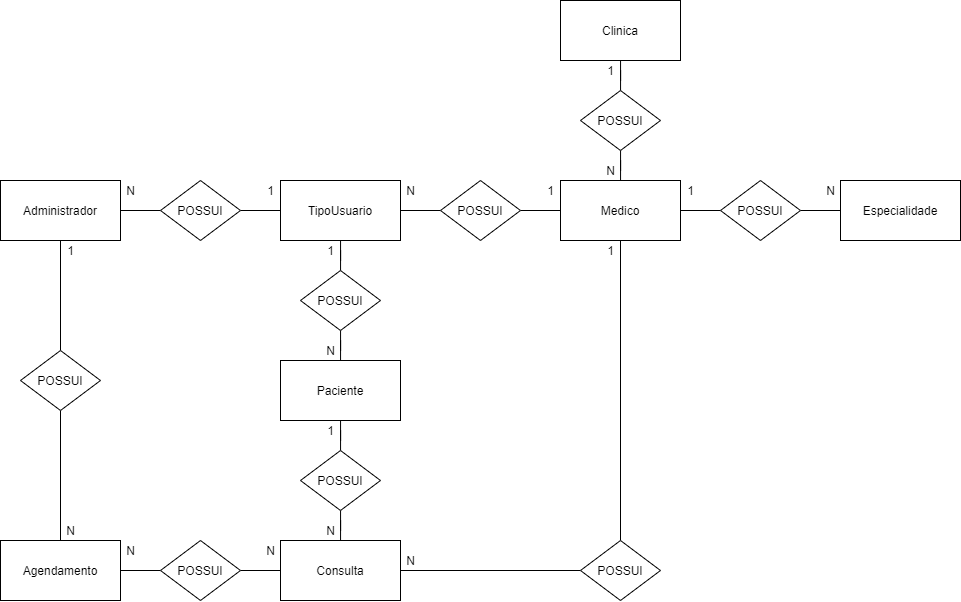
This is Modelagem/Sp Medical Group-Conceitual.png from Jurandir-Junior/senai_spmedgroup_sprint1_bd_manha_JurandirJunior, a draw.io export, as it was before one commit. Source tidied: cells renumbered, new cells last; positions are measured from the earlier drawing's top-left corner, leaving out a move shared by most shapes. Source of this version:
```xml
<mxGraphModel>
  <root>
    <mxCell id="0" />
    <mxCell id="1" parent="0" />
    <mxCell id="2" style="edgeStyle=orthogonalEdgeStyle;rounded=0;jettySize=auto;html=1;endArrow=none;endFill=0;" parent="1" edge="1" source="4" target="25">
      <mxGeometry relative="1" as="geometry" />
    </mxCell>
    <mxCell id="3" style="edgeStyle=orthogonalEdgeStyle;rounded=0;jettySize=auto;html=1;endArrow=none;endFill=0;" parent="1" edge="1" source="4" target="26">
      <mxGeometry relative="1" as="geometry" />
    </mxCell>
    <mxCell id="4" value="TipoUsuario" style="rounded=0;whiteSpace=wrap;html=1;" parent="1" vertex="1">
      <mxGeometry x="280" y="180" width="120" height="60" as="geometry" />
    </mxCell>
    <mxCell id="5" style="edgeStyle=orthogonalEdgeStyle;rounded=0;jettySize=auto;html=1;endArrow=none;endFill=0;" parent="1" edge="1" source="7" target="23">
      <mxGeometry relative="1" as="geometry" />
    </mxCell>
    <mxCell id="6" style="edgeStyle=orthogonalEdgeStyle;rounded=0;jettySize=auto;html=1;endArrow=none;endFill=0;" parent="1" edge="1" source="7" target="52">
      <mxGeometry relative="1" as="geometry" />
    </mxCell>
    <mxCell id="7" value="Medico" style="rounded=0;whiteSpace=wrap;html=1;" parent="1" vertex="1">
      <mxGeometry x="560" y="180" width="120" height="60" as="geometry" />
    </mxCell>
    <mxCell id="8" value="Especialidade" style="rounded=0;whiteSpace=wrap;html=1;" parent="1" vertex="1">
      <mxGeometry x="840" y="180" width="120" height="60" as="geometry" />
    </mxCell>
    <mxCell id="9" style="edgeStyle=orthogonalEdgeStyle;rounded=0;jettySize=auto;html=1;endArrow=none;endFill=0;" parent="1" edge="1" source="11" target="26">
      <mxGeometry relative="1" as="geometry" />
    </mxCell>
    <mxCell id="10" style="edgeStyle=orthogonalEdgeStyle;rounded=0;jettySize=auto;html=1;endArrow=none;endFill=0;" parent="1" edge="1" source="11" target="34">
      <mxGeometry relative="1" as="geometry" />
    </mxCell>
    <mxCell id="11" value="Paciente" style="rounded=0;whiteSpace=wrap;html=1;" parent="1" vertex="1">
      <mxGeometry x="280" y="360" width="120" height="60" as="geometry" />
    </mxCell>
    <mxCell id="12" style="edgeStyle=orthogonalEdgeStyle;rounded=0;jettySize=auto;html=1;endArrow=none;endFill=0;" parent="1" edge="1" source="13" target="28">
      <mxGeometry relative="1" as="geometry" />
    </mxCell>
    <mxCell id="13" value="Administrador" style="rounded=0;whiteSpace=wrap;html=1;" parent="1" vertex="1">
      <mxGeometry y="180" width="120" height="60" as="geometry" />
    </mxCell>
    <mxCell id="14" style="edgeStyle=orthogonalEdgeStyle;rounded=0;jettySize=auto;html=1;endArrow=none;endFill=0;" parent="1" edge="1" source="15" target="32">
      <mxGeometry relative="1" as="geometry" />
    </mxCell>
    <mxCell id="15" value="Consulta" style="rounded=0;whiteSpace=wrap;html=1;" parent="1" vertex="1">
      <mxGeometry x="280" y="540" width="120" height="60" as="geometry" />
    </mxCell>
    <mxCell id="16" style="edgeStyle=orthogonalEdgeStyle;rounded=0;jettySize=auto;html=1;endArrow=none;endFill=0;" parent="1" edge="1" source="17" target="30">
      <mxGeometry relative="1" as="geometry" />
    </mxCell>
    <mxCell id="17" value="Agendamento" style="rounded=0;whiteSpace=wrap;html=1;" parent="1" vertex="1">
      <mxGeometry y="540" width="120" height="60" as="geometry" />
    </mxCell>
    <mxCell id="18" style="edgeStyle=orthogonalEdgeStyle;rounded=0;jettySize=auto;html=1;endArrow=none;endFill=0;" parent="1" edge="1" source="19" target="21">
      <mxGeometry relative="1" as="geometry" />
    </mxCell>
    <mxCell id="19" value="Clinica" style="rounded=0;whiteSpace=wrap;html=1;" parent="1" vertex="1">
      <mxGeometry x="560" width="120" height="60" as="geometry" />
    </mxCell>
    <mxCell id="20" style="edgeStyle=orthogonalEdgeStyle;rounded=0;jettySize=auto;html=1;endArrow=none;endFill=0;" parent="1" edge="1" source="21" target="7">
      <mxGeometry relative="1" as="geometry" />
    </mxCell>
    <mxCell id="21" value="POSSUI" style="rhombus;whiteSpace=wrap;html=1;" parent="1" vertex="1">
      <mxGeometry x="580" y="90" width="80" height="60" as="geometry" />
    </mxCell>
    <mxCell id="22" style="edgeStyle=orthogonalEdgeStyle;rounded=0;jettySize=auto;html=1;endArrow=none;endFill=0;" parent="1" edge="1" source="23" target="4">
      <mxGeometry relative="1" as="geometry" />
    </mxCell>
    <mxCell id="23" value="POSSUI" style="rhombus;whiteSpace=wrap;html=1;" parent="1" vertex="1">
      <mxGeometry x="440" y="180" width="80" height="60" as="geometry" />
    </mxCell>
    <mxCell id="24" style="edgeStyle=orthogonalEdgeStyle;rounded=0;jettySize=auto;html=1;endArrow=none;endFill=0;" parent="1" edge="1" source="25" target="13">
      <mxGeometry relative="1" as="geometry" />
    </mxCell>
    <mxCell id="25" value="POSSUI" style="rhombus;whiteSpace=wrap;html=1;" parent="1" vertex="1">
      <mxGeometry x="160" y="180" width="80" height="60" as="geometry" />
    </mxCell>
    <mxCell id="26" value="POSSUI" style="rhombus;whiteSpace=wrap;html=1;" parent="1" vertex="1">
      <mxGeometry x="300" y="270" width="80" height="60" as="geometry" />
    </mxCell>
    <mxCell id="27" style="edgeStyle=orthogonalEdgeStyle;rounded=0;jettySize=auto;html=1;endArrow=none;endFill=0;" parent="1" edge="1" source="28" target="17">
      <mxGeometry relative="1" as="geometry" />
    </mxCell>
    <mxCell id="28" value="POSSUI" style="rhombus;whiteSpace=wrap;html=1;" parent="1" vertex="1">
      <mxGeometry x="20" y="350" width="80" height="60" as="geometry" />
    </mxCell>
    <mxCell id="29" style="edgeStyle=orthogonalEdgeStyle;rounded=0;jettySize=auto;html=1;endArrow=none;endFill=0;" parent="1" edge="1" source="30" target="15">
      <mxGeometry relative="1" as="geometry" />
    </mxCell>
    <mxCell id="30" value="POSSUI" style="rhombus;whiteSpace=wrap;html=1;" parent="1" vertex="1">
      <mxGeometry x="160" y="540" width="80" height="60" as="geometry" />
    </mxCell>
    <mxCell id="31" style="edgeStyle=orthogonalEdgeStyle;rounded=0;jettySize=auto;html=1;exitX=0.5;exitY=0;exitDx=0;exitDy=0;entryX=0.5;entryY=1;entryDx=0;entryDy=0;endArrow=none;endFill=0;" parent="1" edge="1" source="32" target="7">
      <mxGeometry relative="1" as="geometry" />
    </mxCell>
    <mxCell id="32" value="POSSUI" style="rhombus;whiteSpace=wrap;html=1;" parent="1" vertex="1">
      <mxGeometry x="580" y="540" width="80" height="60" as="geometry" />
    </mxCell>
    <mxCell id="33" style="edgeStyle=orthogonalEdgeStyle;rounded=0;jettySize=auto;html=1;endArrow=none;endFill=0;" parent="1" edge="1" source="34" target="15">
      <mxGeometry relative="1" as="geometry" />
    </mxCell>
    <mxCell id="34" value="POSSUI" style="rhombus;whiteSpace=wrap;html=1;" parent="1" vertex="1">
      <mxGeometry x="300" y="450" width="80" height="60" as="geometry" />
    </mxCell>
    <mxCell id="35" value="1" style="text;html=1;align=center;verticalAlign=middle;" parent="1" vertex="1">
      <mxGeometry x="600" y="60" width="20" height="20" as="geometry" />
    </mxCell>
    <mxCell id="36" value="N" style="text;html=1;align=center;verticalAlign=middle;" parent="1" vertex="1">
      <mxGeometry x="600" y="160" width="20" height="20" as="geometry" />
    </mxCell>
    <mxCell id="37" value="1" style="text;html=1;align=center;verticalAlign=middle;" parent="1" vertex="1">
      <mxGeometry x="540" y="180" width="20" height="20" as="geometry" />
    </mxCell>
    <mxCell id="38" value="N" style="text;html=1;align=center;verticalAlign=middle;" parent="1" vertex="1">
      <mxGeometry x="400" y="180" width="20" height="20" as="geometry" />
    </mxCell>
    <mxCell id="39" value="1" style="text;html=1;align=center;verticalAlign=middle;" parent="1" vertex="1">
      <mxGeometry x="260" y="180" width="20" height="20" as="geometry" />
    </mxCell>
    <mxCell id="40" value="N" style="text;html=1;align=center;verticalAlign=middle;" parent="1" vertex="1">
      <mxGeometry x="120" y="180" width="20" height="20" as="geometry" />
    </mxCell>
    <mxCell id="41" value="1" style="text;html=1;align=center;verticalAlign=middle;" parent="1" vertex="1">
      <mxGeometry x="320" y="240" width="20" height="20" as="geometry" />
    </mxCell>
    <mxCell id="42" value="N" style="text;html=1;align=center;verticalAlign=middle;" parent="1" vertex="1">
      <mxGeometry x="320" y="340" width="20" height="20" as="geometry" />
    </mxCell>
    <mxCell id="43" value="1" style="text;html=1;align=center;verticalAlign=middle;" parent="1" vertex="1">
      <mxGeometry x="60" y="240" width="20" height="20" as="geometry" />
    </mxCell>
    <mxCell id="44" value="N" style="text;html=1;align=center;verticalAlign=middle;" parent="1" vertex="1">
      <mxGeometry x="60" y="520" width="20" height="20" as="geometry" />
    </mxCell>
    <mxCell id="45" value="N" style="text;html=1;align=center;verticalAlign=middle;" parent="1" vertex="1">
      <mxGeometry x="120" y="540" width="20" height="20" as="geometry" />
    </mxCell>
    <mxCell id="46" value="N" style="text;html=1;align=center;verticalAlign=middle;" parent="1" vertex="1">
      <mxGeometry x="260" y="540" width="20" height="20" as="geometry" />
    </mxCell>
    <mxCell id="47" value="1" style="text;html=1;align=center;verticalAlign=middle;" parent="1" vertex="1">
      <mxGeometry x="320" y="420" width="20" height="20" as="geometry" />
    </mxCell>
    <mxCell id="48" value="N" style="text;html=1;align=center;verticalAlign=middle;" parent="1" vertex="1">
      <mxGeometry x="320" y="520" width="20" height="20" as="geometry" />
    </mxCell>
    <mxCell id="49" value="1" style="text;html=1;align=center;verticalAlign=middle;" parent="1" vertex="1">
      <mxGeometry x="600" y="240" width="20" height="20" as="geometry" />
    </mxCell>
    <mxCell id="50" value="N" style="text;html=1;align=center;verticalAlign=middle;" parent="1" vertex="1">
      <mxGeometry x="400" y="550" width="20" height="20" as="geometry" />
    </mxCell>
    <mxCell id="51" style="edgeStyle=orthogonalEdgeStyle;rounded=0;jettySize=auto;html=1;endArrow=none;endFill=0;" parent="1" edge="1" source="52" target="8">
      <mxGeometry relative="1" as="geometry" />
    </mxCell>
    <mxCell id="52" value="POSSUI" style="rhombus;whiteSpace=wrap;html=1;" parent="1" vertex="1">
      <mxGeometry x="720" y="180" width="80" height="60" as="geometry" />
    </mxCell>
    <mxCell id="53" value="N" style="text;html=1;align=center;verticalAlign=middle;" parent="1" vertex="1">
      <mxGeometry x="820" y="180" width="20" height="20" as="geometry" />
    </mxCell>
    <mxCell id="54" value="1" style="text;html=1;align=center;verticalAlign=middle;" parent="1" vertex="1">
      <mxGeometry x="680" y="180" width="20" height="20" as="geometry" />
    </mxCell>
  </root>
</mxGraphModel>
```
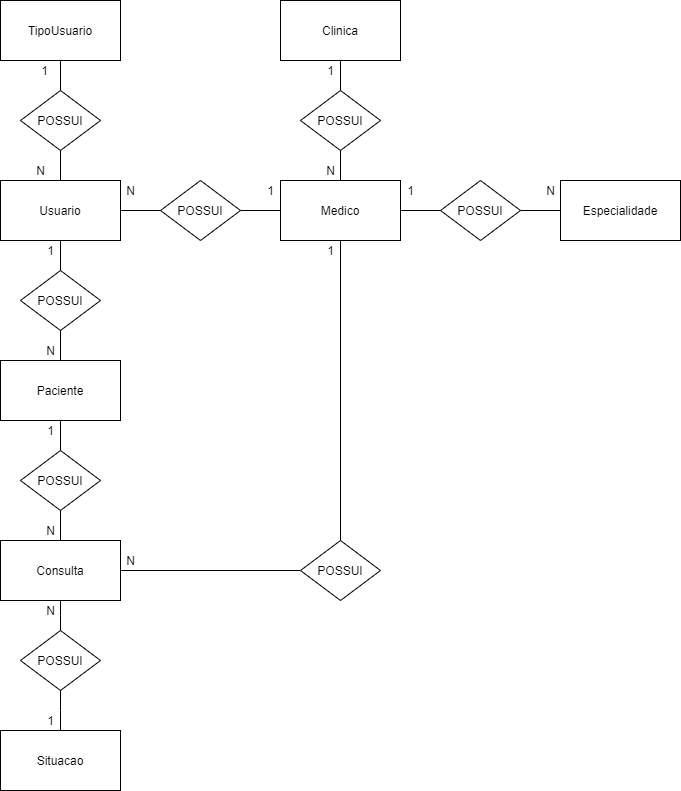
After the commit.

Commit message:
Ajustes para adiçao de entidade Usuario

Change to the diagram source:
```diff
@@ -2,13 +2,10 @@
   <root>
     <mxCell id="0" />
     <mxCell id="1" parent="0" />
-    <mxCell id="2" style="edgeStyle=orthogonalEdgeStyle;rounded=0;jettySize=auto;html=1;endArrow=none;endFill=0;" parent="1" edge="1" source="4" target="25">
-      <mxGeometry relative="1" as="geometry" />
-    </mxCell>
     <mxCell id="3" style="edgeStyle=orthogonalEdgeStyle;rounded=0;jettySize=auto;html=1;endArrow=none;endFill=0;" parent="1" edge="1" source="4" target="26">
       <mxGeometry relative="1" as="geometry" />
     </mxCell>
-    <mxCell id="4" value="TipoUsuario" style="rounded=0;whiteSpace=wrap;html=1;" parent="1" vertex="1">
+    <mxCell id="4" value="Usuario" style="rounded=0;whiteSpace=wrap;html=1;" parent="1" vertex="1">
       <mxGeometry x="280" y="180" width="120" height="60" as="geometry" />
     </mxCell>
     <mxCell id="5" style="edgeStyle=orthogonalEdgeStyle;rounded=0;jettySize=auto;html=1;endArrow=none;endFill=0;" parent="1" edge="1" source="7" target="23">
@@ -32,24 +29,12 @@
     <mxCell id="11" value="Paciente" style="rounded=0;whiteSpace=wrap;html=1;" parent="1" vertex="1">
       <mxGeometry x="280" y="360" width="120" height="60" as="geometry" />
     </mxCell>
-    <mxCell id="12" style="edgeStyle=orthogonalEdgeStyle;rounded=0;jettySize=auto;html=1;endArrow=none;endFill=0;" parent="1" edge="1" source="13" target="28">
-      <mxGeometry relative="1" as="geometry" />
-    </mxCell>
-    <mxCell id="13" value="Administrador" style="rounded=0;whiteSpace=wrap;html=1;" parent="1" vertex="1">
-      <mxGeometry y="180" width="120" height="60" as="geometry" />
-    </mxCell>
     <mxCell id="14" style="edgeStyle=orthogonalEdgeStyle;rounded=0;jettySize=auto;html=1;endArrow=none;endFill=0;" parent="1" edge="1" source="15" target="32">
       <mxGeometry relative="1" as="geometry" />
     </mxCell>
     <mxCell id="15" value="Consulta" style="rounded=0;whiteSpace=wrap;html=1;" parent="1" vertex="1">
       <mxGeometry x="280" y="540" width="120" height="60" as="geometry" />
     </mxCell>
-    <mxCell id="16" style="edgeStyle=orthogonalEdgeStyle;rounded=0;jettySize=auto;html=1;endArrow=none;endFill=0;" parent="1" edge="1" source="17" target="30">
-      <mxGeometry relative="1" as="geometry" />
-    </mxCell>
-    <mxCell id="17" value="Agendamento" style="rounded=0;whiteSpace=wrap;html=1;" parent="1" vertex="1">
-      <mxGeometry y="540" width="120" height="60" as="geometry" />
-    </mxCell>
     <mxCell id="18" style="edgeStyle=orthogonalEdgeStyle;rounded=0;jettySize=auto;html=1;endArrow=none;endFill=0;" parent="1" edge="1" source="19" target="21">
       <mxGeometry relative="1" as="geometry" />
     </mxCell>
@@ -68,27 +53,9 @@
     <mxCell id="23" value="POSSUI" style="rhombus;whiteSpace=wrap;html=1;" parent="1" vertex="1">
       <mxGeometry x="440" y="180" width="80" height="60" as="geometry" />
     </mxCell>
-    <mxCell id="24" style="edgeStyle=orthogonalEdgeStyle;rounded=0;jettySize=auto;html=1;endArrow=none;endFill=0;" parent="1" edge="1" source="25" target="13">
-      <mxGeometry relative="1" as="geometry" />
-    </mxCell>
-    <mxCell id="25" value="POSSUI" style="rhombus;whiteSpace=wrap;html=1;" parent="1" vertex="1">
-      <mxGeometry x="160" y="180" width="80" height="60" as="geometry" />
-    </mxCell>
     <mxCell id="26" value="POSSUI" style="rhombus;whiteSpace=wrap;html=1;" parent="1" vertex="1">
       <mxGeometry x="300" y="270" width="80" height="60" as="geometry" />
     </mxCell>
-    <mxCell id="27" style="edgeStyle=orthogonalEdgeStyle;rounded=0;jettySize=auto;html=1;endArrow=none;endFill=0;" parent="1" edge="1" source="28" target="17">
-      <mxGeometry relative="1" as="geometry" />
-    </mxCell>
-    <mxCell id="28" value="POSSUI" style="rhombus;whiteSpace=wrap;html=1;" parent="1" vertex="1">
-      <mxGeometry x="20" y="350" width="80" height="60" as="geometry" />
-    </mxCell>
-    <mxCell id="29" style="edgeStyle=orthogonalEdgeStyle;rounded=0;jettySize=auto;html=1;endArrow=none;endFill=0;" parent="1" edge="1" source="30" target="15">
-      <mxGeometry relative="1" as="geometry" />
-    </mxCell>
-    <mxCell id="30" value="POSSUI" style="rhombus;whiteSpace=wrap;html=1;" parent="1" vertex="1">
-      <mxGeometry x="160" y="540" width="80" height="60" as="geometry" />
-    </mxCell>
     <mxCell id="31" style="edgeStyle=orthogonalEdgeStyle;rounded=0;jettySize=auto;html=1;exitX=0.5;exitY=0;exitDx=0;exitDy=0;entryX=0.5;entryY=1;entryDx=0;entryDy=0;endArrow=none;endFill=0;" parent="1" edge="1" source="32" target="7">
       <mxGeometry relative="1" as="geometry" />
     </mxCell>
@@ -113,30 +80,12 @@
     <mxCell id="38" value="N" style="text;html=1;align=center;verticalAlign=middle;" parent="1" vertex="1">
       <mxGeometry x="400" y="180" width="20" height="20" as="geometry" />
     </mxCell>
-    <mxCell id="39" value="1" style="text;html=1;align=center;verticalAlign=middle;" parent="1" vertex="1">
-      <mxGeometry x="260" y="180" width="20" height="20" as="geometry" />
-    </mxCell>
-    <mxCell id="40" value="N" style="text;html=1;align=center;verticalAlign=middle;" parent="1" vertex="1">
-      <mxGeometry x="120" y="180" width="20" height="20" as="geometry" />
-    </mxCell>
     <mxCell id="41" value="1" style="text;html=1;align=center;verticalAlign=middle;" parent="1" vertex="1">
       <mxGeometry x="320" y="240" width="20" height="20" as="geometry" />
     </mxCell>
     <mxCell id="42" value="N" style="text;html=1;align=center;verticalAlign=middle;" parent="1" vertex="1">
       <mxGeometry x="320" y="340" width="20" height="20" as="geometry" />
     </mxCell>
-    <mxCell id="43" value="1" style="text;html=1;align=center;verticalAlign=middle;" parent="1" vertex="1">
-      <mxGeometry x="60" y="240" width="20" height="20" as="geometry" />
-    </mxCell>
-    <mxCell id="44" value="N" style="text;html=1;align=center;verticalAlign=middle;" parent="1" vertex="1">
-      <mxGeometry x="60" y="520" width="20" height="20" as="geometry" />
-    </mxCell>
-    <mxCell id="45" value="N" style="text;html=1;align=center;verticalAlign=middle;" parent="1" vertex="1">
-      <mxGeometry x="120" y="540" width="20" height="20" as="geometry" />
-    </mxCell>
-    <mxCell id="46" value="N" style="text;html=1;align=center;verticalAlign=middle;" parent="1" vertex="1">
-      <mxGeometry x="260" y="540" width="20" height="20" as="geometry" />
-    </mxCell>
     <mxCell id="47" value="1" style="text;html=1;align=center;verticalAlign=middle;" parent="1" vertex="1">
       <mxGeometry x="320" y="420" width="20" height="20" as="geometry" />
     </mxCell>
@@ -161,5 +110,41 @@
     <mxCell id="54" value="1" style="text;html=1;align=center;verticalAlign=middle;" parent="1" vertex="1">
       <mxGeometry x="680" y="180" width="20" height="20" as="geometry" />
     </mxCell>
+    <mxCell id="55" style="edgeStyle=orthogonalEdgeStyle;rounded=0;jettySize=auto;html=1;endArrow=none;endFill=0;" parent="1" edge="1" source="56" target="58">
+      <mxGeometry relative="1" as="geometry" />
+    </mxCell>
+    <mxCell id="56" value="TipoUsuario" style="rounded=0;whiteSpace=wrap;html=1;" parent="1" vertex="1">
+      <mxGeometry x="280" width="120" height="60" as="geometry" />
+    </mxCell>
+    <mxCell id="57" style="edgeStyle=orthogonalEdgeStyle;rounded=0;jettySize=auto;html=1;endArrow=none;endFill=0;" parent="1" edge="1" source="58" target="4">
+      <mxGeometry relative="1" as="geometry" />
+    </mxCell>
+    <mxCell id="58" value="POSSUI" style="rhombus;whiteSpace=wrap;html=1;" parent="1" vertex="1">
+      <mxGeometry x="300" y="90" width="80" height="60" as="geometry" />
+    </mxCell>
+    <mxCell id="59" value="1" style="text;html=1;align=center;verticalAlign=middle;" parent="1" vertex="1">
+      <mxGeometry x="314" y="60" width="20" height="20" as="geometry" />
+    </mxCell>
+    <mxCell id="60" value="N" style="text;html=1;align=center;verticalAlign=middle;" parent="1" vertex="1">
+      <mxGeometry x="310" y="160" width="20" height="20" as="geometry" />
+    </mxCell>
+    <mxCell id="61" style="edgeStyle=elbowEdgeStyle;rounded=0;jettySize=auto;html=1;endArrow=none;endFill=0;strokeColor=#000000;" parent="1" edge="1" source="62" target="64">
+      <mxGeometry relative="1" as="geometry" />
+    </mxCell>
+    <mxCell id="62" value="Situacao" style="rounded=0;whiteSpace=wrap;html=1;" parent="1" vertex="1">
+      <mxGeometry x="280" y="730" width="120" height="60" as="geometry" />
+    </mxCell>
+    <mxCell id="63" style="edgeStyle=elbowEdgeStyle;rounded=0;jettySize=auto;html=1;endArrow=none;endFill=0;strokeColor=#000000;" parent="1" edge="1" source="64" target="15">
+      <mxGeometry relative="1" as="geometry" />
+    </mxCell>
+    <mxCell id="64" value="POSSUI" style="rhombus;whiteSpace=wrap;html=1;" parent="1" vertex="1">
+      <mxGeometry x="300" y="630" width="80" height="60" as="geometry" />
+    </mxCell>
+    <mxCell id="65" value="1" style="text;html=1;align=center;verticalAlign=middle;" parent="1" vertex="1">
+      <mxGeometry x="320" y="710" width="20" height="20" as="geometry" />
+    </mxCell>
+    <mxCell id="66" value="N" style="text;html=1;align=center;verticalAlign=middle;" parent="1" vertex="1">
+      <mxGeometry x="320" y="600" width="20" height="20" as="geometry" />
+    </mxCell>
   </root>
 </mxGraphModel>
```
